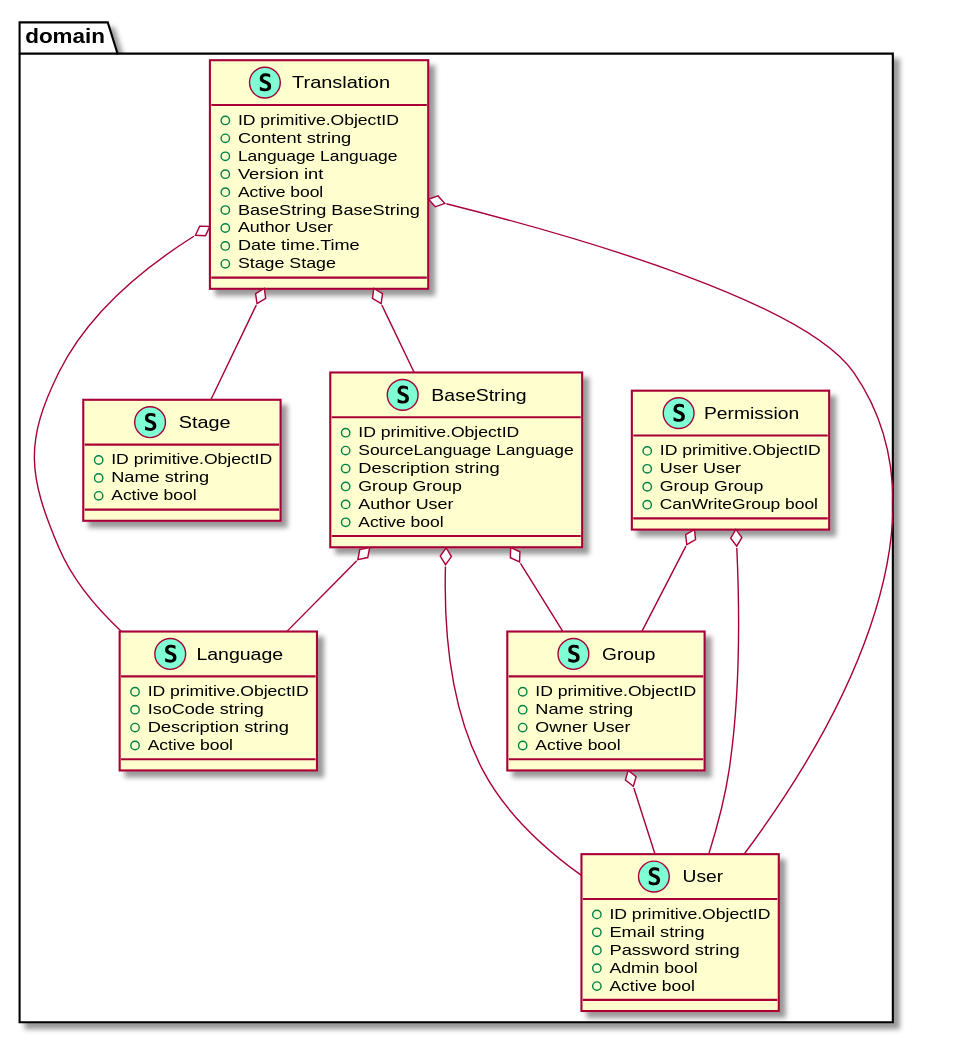
Above: backend/assets/dist/UmlDiagram.svg in cafeteru/LocalizeMe (PlantUML), before the change.
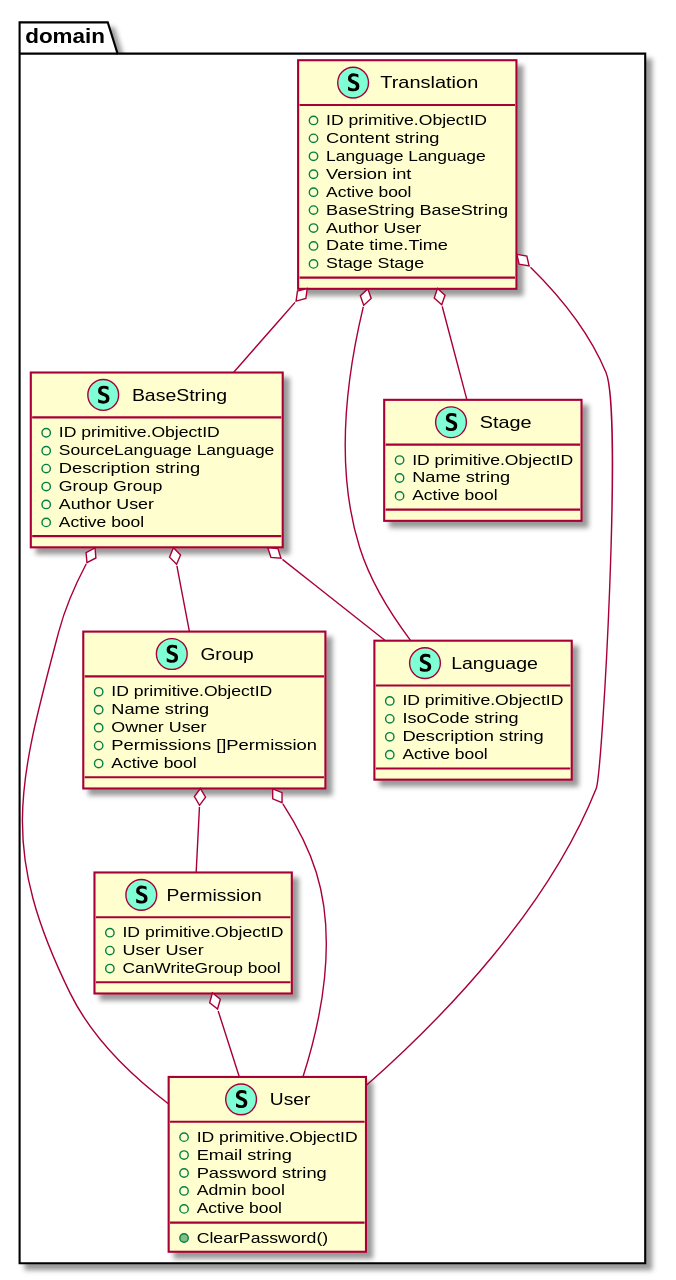
Later version of the same file.

Change to the diagram source:
```diff
@@ -13,6 +13,7 @@
         + ID primitive.ObjectID
         + Name string
         + Owner User
+        + Permissions []Permission
         + Active bool
 
     }
@@ -26,7 +27,6 @@
     class Permission << (S,Aquamarine) >> {
         + ID primitive.ObjectID
         + User User
-        + Group Group
         + CanWriteGroup bool
 
     }
@@ -55,6 +55,8 @@
         + Admin bool
         + Active bool
 
+        + ClearPassword()
+
     }
 }
 
@@ -62,8 +64,8 @@
 "domain.BaseString" o-- "domain.Group"
 "domain.BaseString" o-- "domain.Language"
 "domain.BaseString" o-- "domain.User"
+"domain.Group" o-- "domain.Permission"
 "domain.Group" o-- "domain.User"
-"domain.Permission" o-- "domain.Group"
 "domain.Permission" o-- "domain.User"
 "domain.Translation" o-- "domain.BaseString"
 "domain.Translation" o-- "domain.Language"
```
